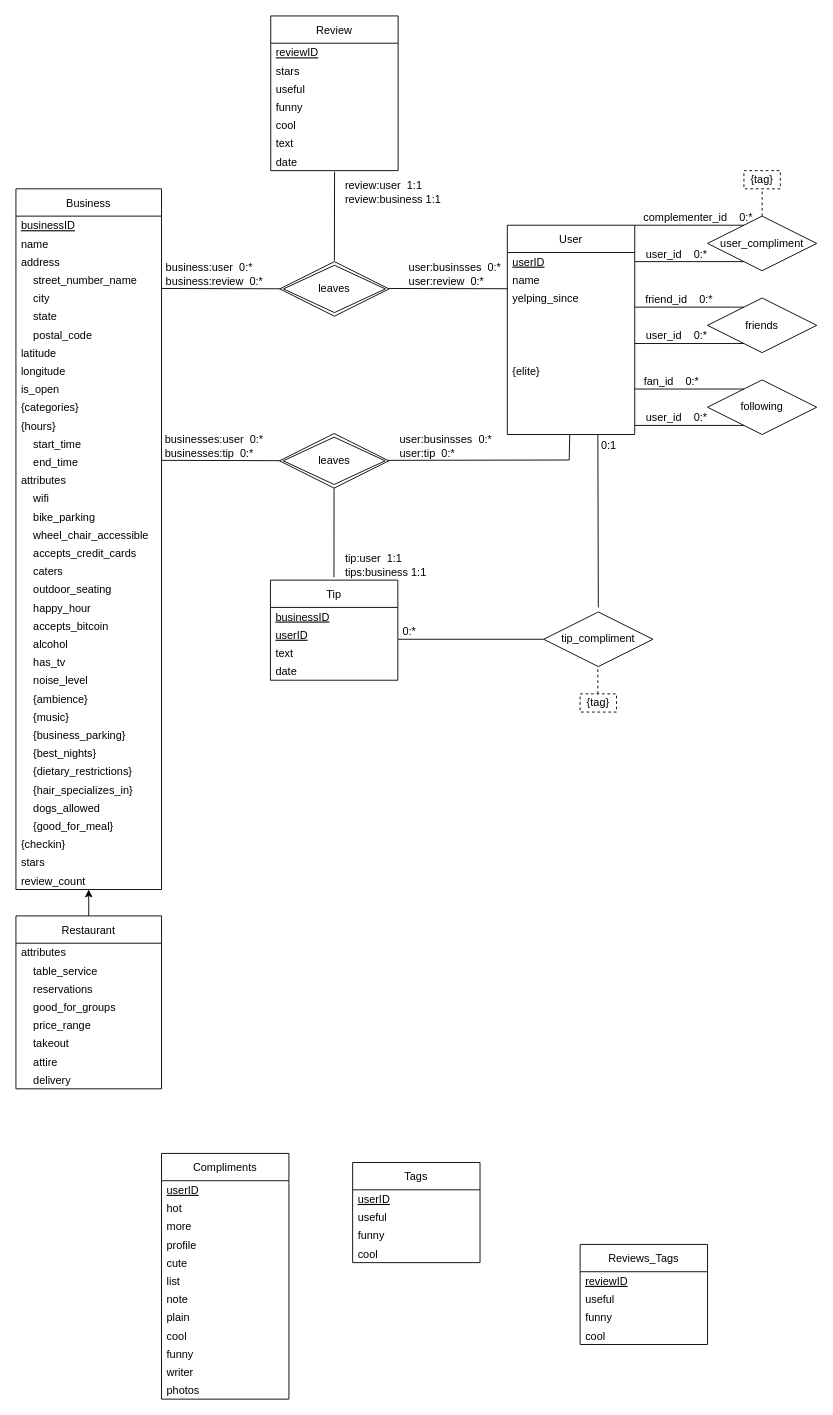
This is page "Page-1" (1 of 2) of documents/ER-model.drawio from connie-ho/data-bites, a draw.io file, before an edit. Source tidied: cells renumbered, new cells numbered last; positions are measured from the earlier drawing's top-left corner, leaving out a move shared by most shapes. Both pictures are drawn from the tidied source at 91%, with x=0, y=0 at pixel (15, 15).
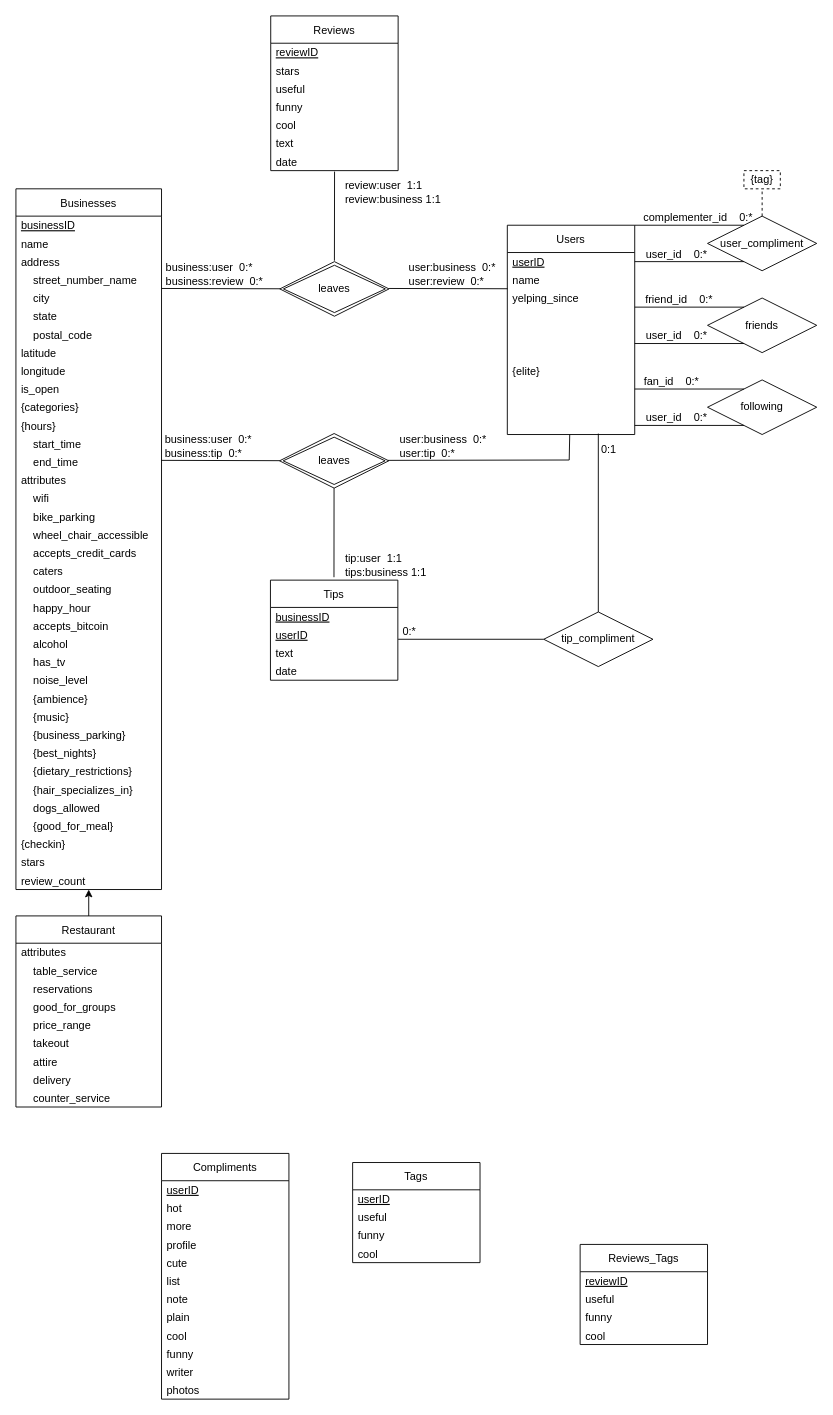
The same diagram, later.

The change refers to these unchanged cells:
```xml
<mxCell id="99" style="endArrow=none;html=1;rounded=0;" parent="1" edge="1">
  <mxGeometry relative="1" as="geometry">
    <mxPoint x="410" y="299.5" as="sourcePoint" />
    <mxPoint x="540.3" y="299.8" as="targetPoint" />
  </mxGeometry>
</mxCell>
<mxCell id="111" style="endArrow=none;html=1;rounded=0;" parent="1" edge="1" target="110">
  <mxGeometry relative="1" as="geometry">
    <mxPoint x="159.7" y="488.4" as="sourcePoint" />
  </mxGeometry>
</mxCell>
<mxCell id="113" style="endArrow=none;html=1;rounded=0;" parent="1" edge="1" target="66">
  <mxGeometry relative="1" as="geometry">
    <mxPoint x="408.7" y="488.4" as="sourcePoint" />
    <Array as="points">
      <mxPoint x="608" y="488" />
    </Array>
  </mxGeometry>
</mxCell>
<mxCell id="122" value="tip_compliment" style="shape=rhombus;perimeter=rhombusPerimeter;whiteSpace=wrap;html=1;align=center;" parent="1" vertex="1">
  <mxGeometry x="580" y="655" width="120" height="60" as="geometry" />
</mxCell>
```

What changed in the source:
```diff
@@
-    <mxCell id="2" value="Business" style="swimlane;fontStyle=0;horizontal=1;startSize=30;" parent="1" vertex="1">
+    <mxCell id="2" value="Businesses" style="swimlane;fontStyle=0;horizontal=1;startSize=30;" parent="1" vertex="1">
       <mxGeometry y="190" width="160" height="770" as="geometry" />
     </mxCell>
@@
     <mxCell id="40" value="Restaurant" style="swimlane;fontStyle=0;horizontal=1;startSize=30;" parent="1" vertex="1">
-      <mxGeometry y="989" width="160" height="190" as="geometry" />
+      <mxGeometry y="989" width="160" height="210" as="geometry" />
     </mxCell>
@@
+    <mxCell id="129" value="    counter_service" style="text;strokeColor=none;fillColor=none;align=left;verticalAlign=middle;spacingLeft=4;spacingRight=4;overflow=hidden;fontStyle=0;" parent="40" vertex="1">
+      <mxGeometry y="190" width="160" height="20" as="geometry" />
+    </mxCell>
-    <mxCell id="49" value="Review" style="swimlane;fontStyle=0;horizontal=1;startSize=30;" parent="1" vertex="1">
+    <mxCell id="49" value="Reviews" style="swimlane;fontStyle=0;horizontal=1;startSize=30;" parent="1" vertex="1">
       <mxGeometry x="280" width="140" height="170" as="geometry" />
     </mxCell>
@@
-    <mxCell id="57" value="Tip" style="swimlane;fontStyle=0;horizontal=1;startSize=30;" parent="1" vertex="1">
+    <mxCell id="57" value="Tips" style="swimlane;fontStyle=0;horizontal=1;startSize=30;" parent="1" vertex="1">
       <mxGeometry x="279.7" y="620" width="140" height="110" as="geometry" />
     </mxCell>
@@
-    <mxCell id="62" value="User" style="swimlane;fontStyle=0;horizontal=1;startSize=30;" parent="1" vertex="1">
+    <mxCell id="62" value="Users" style="swimlane;fontStyle=0;horizontal=1;startSize=30;" parent="1" vertex="1">
       <mxGeometry x="540" y="230" width="140" height="230" as="geometry" />
     </mxCell>
@@
-    <mxCell id="100" value="user:businsses&amp;nbsp; 0:*&lt;br&gt;user:review&amp;nbsp; 0:*" style="html=1;align=left;verticalAlign=bottom;" parent="99" vertex="1">
+    <mxCell id="100" value="user:business&amp;nbsp; 0:*&lt;br&gt;user:review&amp;nbsp; 0:*" style="html=1;align=left;verticalAlign=bottom;" parent="99" vertex="1">
       <mxGeometry x="1" relative="1" as="geometry">
         <mxPoint x="-110" as="offset" />
       </mxGeometry>
     </mxCell>
@@
-    <mxCell id="112" value="businesses:user&amp;nbsp; 0:*&lt;br&gt;businesses:tip&amp;nbsp; 0:*" style="html=1;align=left;verticalAlign=bottom;" parent="111" vertex="1">
+    <mxCell id="112" value="business:user&amp;nbsp; 0:*&lt;br&gt;business:tip&amp;nbsp; 0:*" style="html=1;align=left;verticalAlign=bottom;" parent="111" vertex="1">
       <mxGeometry x="1" relative="1" as="geometry">
         <mxPoint x="-128" as="offset" />
       </mxGeometry>
     </mxCell>
@@
-    <mxCell id="114" value="user:businsses&amp;nbsp; 0:*&lt;br&gt;user:tip&amp;nbsp; 0:*" style="html=1;align=left;verticalAlign=bottom;" parent="113" vertex="1">
+    <mxCell id="114" value="user:business&amp;nbsp; 0:*&lt;br&gt;user:tip&amp;nbsp; 0:*" style="html=1;align=left;verticalAlign=bottom;" parent="113" vertex="1">
       <mxGeometry x="1" relative="1" as="geometry">
         <mxPoint x="-189" y="29" as="offset" />
       </mxGeometry>
     </mxCell>
@@
-    <mxCell id="125" style="endArrow=none;html=1;rounded=0;" parent="1" edge="1">
+    <mxCell id="125" style="endArrow=none;html=1;rounded=0;entryX=0.5;entryY=0;entryDx=0;entryDy=0;" parent="1" edge="1" target="122">
       <mxGeometry relative="1" as="geometry">
-        <mxPoint x="639.5" y="460" as="sourcePoint" />
-        <mxPoint x="640" y="650" as="targetPoint" />
+        <mxPoint x="640" y="459" as="sourcePoint" />
       </mxGeometry>
     </mxCell>
@@
-    <mxCell id="127" value="{tag}" style="rounded=0;whiteSpace=wrap;html=1;dashed=1;" parent="1" vertex="1">
-      <mxGeometry x="620" y="745" width="40" height="20" as="geometry" />
-    </mxCell>
-    <mxCell id="128" style="endArrow=none;dashed=1;html=1;exitX=0.5;exitY=0;exitDx=0;exitDy=0;" parent="1" edge="1">
-      <mxGeometry relative="1" as="geometry">
-        <mxPoint x="639.5" y="745" as="sourcePoint" />
-        <mxPoint x="639.5" y="715" as="targetPoint" />
-      </mxGeometry>
-    </mxCell>
```
